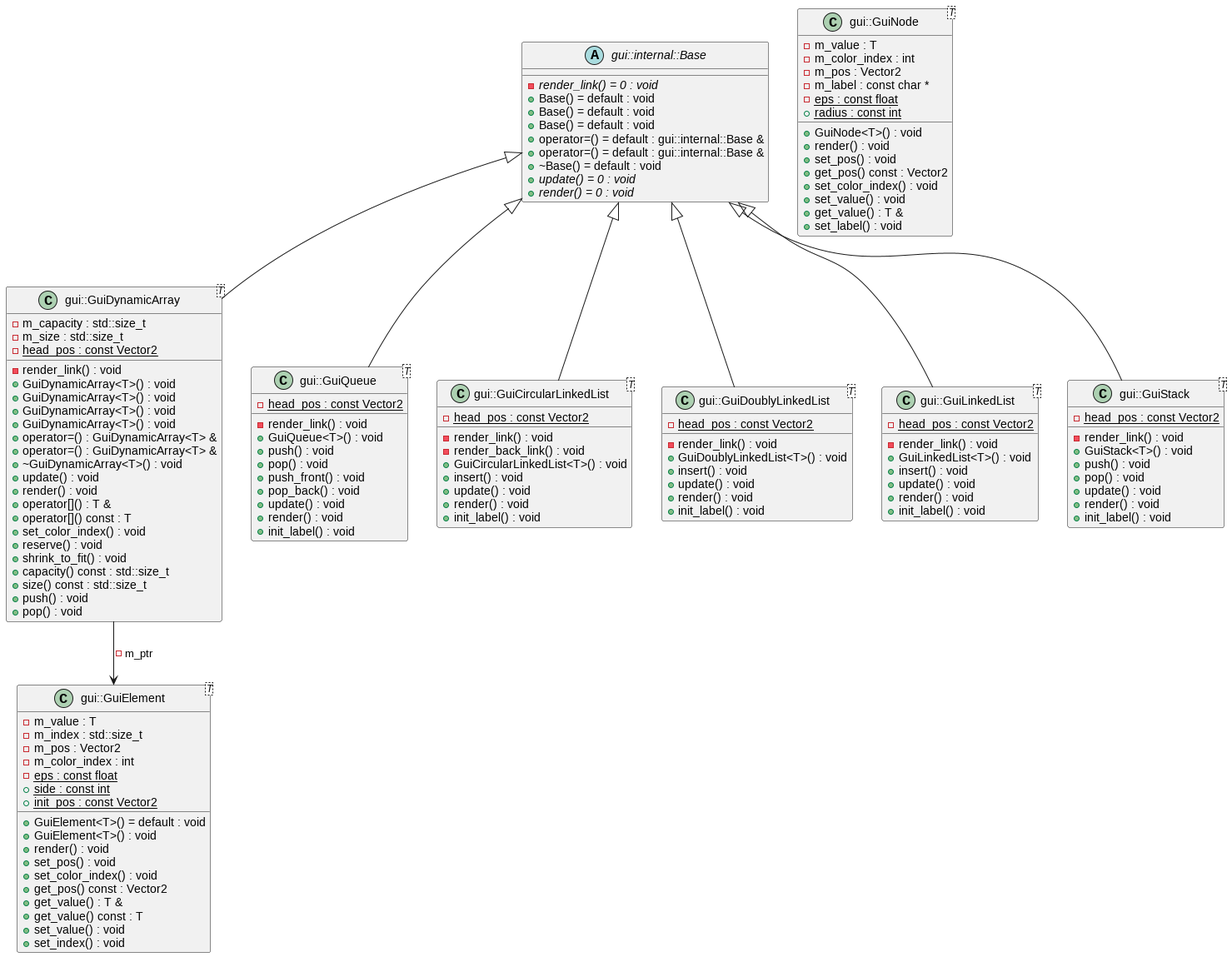
Before: docs/diagrams/gui.png, a diagram exported from PlantUML (jalsol/jalviz).
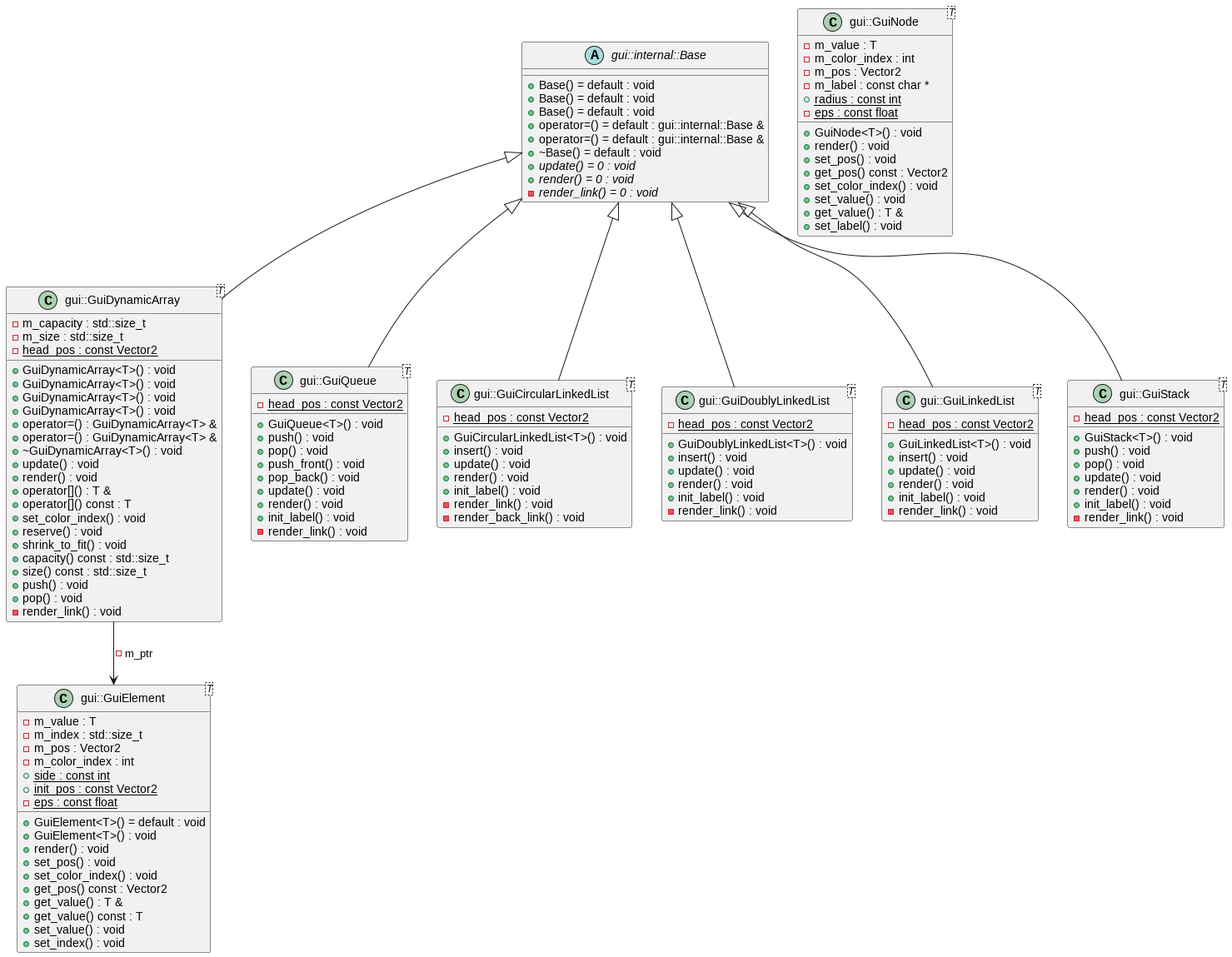
The same diagram one commit later.

What changed in the source:
```diff
@@ -1,7 +1,6 @@
 @startuml
 abstract "gui::internal::Base" as C_0000175824954716261305
 abstract C_0000175824954716261305 {
-{abstract} -render_link() = 0 : void
 +Base() = default : void
 +Base() = default : void
 +Base() = default : void
@@ -10,6 +9,7 @@
 +~Base() = default : void
 {abstract} +update() = 0 : void
 {abstract} +render() = 0 : void
+{abstract} -render_link() = 0 : void
 }
 class "gui::GuiElement<T>" as C_0002044747090333057839
 class C_0002044747090333057839 {
@@ -27,13 +27,12 @@
 -m_index : std::size_t
 -m_pos : Vector2
 -m_color_index : int
-{static} -eps : const float
 {static} +side : const int
 {static} +init_pos : const Vector2
+{static} -eps : const float
 }
 class "gui::GuiDynamicArray<T>" as C_0000068279211946526198
 class C_0000068279211946526198 {
--render_link() : void
 +GuiDynamicArray<T>() : void
 +GuiDynamicArray<T>() : void
 +GuiDynamicArray<T>() : void
@@ -52,6 +51,7 @@
 +size() const : std::size_t
 +push() : void
 +pop() : void
+-render_link() : void
 -m_capacity : std::size_t
 -m_size : std::size_t
 {static} -head_pos : const Vector2
@@ -70,12 +70,11 @@
 -m_color_index : int
 -m_pos : Vector2
 -m_label : const char *
+{static} +radius : const int
 {static} -eps : const float
-{static} +radius : const int
 }
 class "gui::GuiQueue<T>" as C_0000537993261370672901
 class C_0000537993261370672901 {
--render_link() : void
 +GuiQueue<T>() : void
 +push() : void
 +pop() : void
@@ -84,48 +83,49 @@
 +update() : void
 +render() : void
 +init_label() : void
+-render_link() : void
 {static} -head_pos : const Vector2
 }
 class "gui::GuiCircularLinkedList<T>" as C_0000636823269603515495
 class C_0000636823269603515495 {
--render_link() : void
--render_back_link() : void
 +GuiCircularLinkedList<T>() : void
 +insert() : void
 +update() : void
 +render() : void
 +init_label() : void
+-render_link() : void
+-render_back_link() : void
 {static} -head_pos : const Vector2
 }
 class "gui::GuiDoublyLinkedList<T>" as C_0001770119980623113789
 class C_0001770119980623113789 {
--render_link() : void
 +GuiDoublyLinkedList<T>() : void
 +insert() : void
 +update() : void
 +render() : void
 +init_label() : void
+-render_link() : void
 {static} -head_pos : const Vector2
 }
 class "gui::GuiLinkedList<T>" as C_0001460638568713575271
 class C_0001460638568713575271 {
--render_link() : void
 +GuiLinkedList<T>() : void
 +insert() : void
 +update() : void
 +render() : void
 +init_label() : void
+-render_link() : void
 {static} -head_pos : const Vector2
 }
 class "gui::GuiStack<T>" as C_0000012620274388027065
 class C_0000012620274388027065 {
--render_link() : void
 +GuiStack<T>() : void
 +push() : void
 +pop() : void
 +update() : void
 +render() : void
 +init_label() : void
+-render_link() : void
 {static} -head_pos : const Vector2
 }
 C_0000068279211946526198 --> C_0002044747090333057839 : -m_ptr
```
